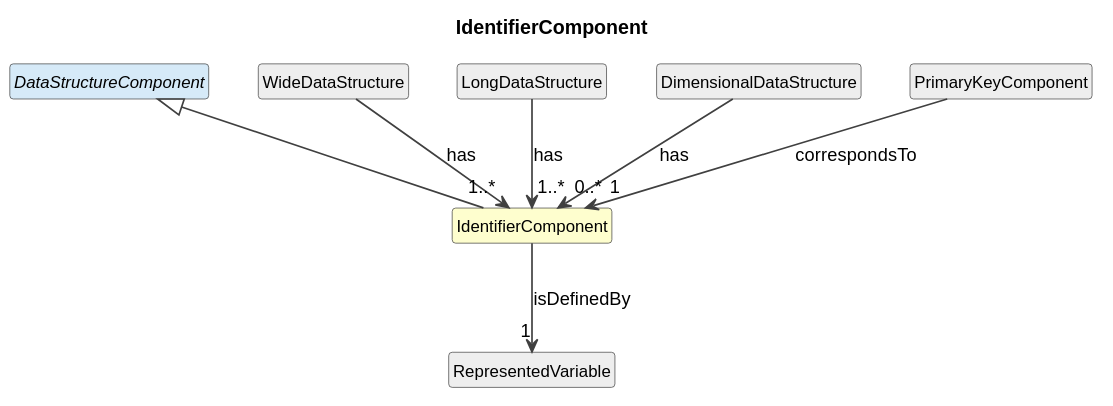
The PlantUML diagram cdif-uml-model/_plantuml/cdifDataStructure/Classes/IdentifierComponent.svg in Cross-Domain-Interoperability-Framework/metadataBuildingBlocks, before a commit. The source it was exported from:
```plantuml
@startuml
title IdentifierComponent
hide circle
hide empty members
skinparam shadowing false
skinparam ArrowThickness 1.2
skinparam class {
  ArrowColor #404040
  BorderColor #404040
  FontSize 12
}

class "IdentifierComponent" as IdentifierComponent #FEFECE
abstract class "DataStructureComponent" as DataStructureComponent #D6EAF8
DataStructureComponent <|-- IdentifierComponent
class "WideDataStructure" as WideDataStructure #EEEEEE
WideDataStructure --> "1..*" IdentifierComponent : has
class "LongDataStructure" as LongDataStructure #EEEEEE
LongDataStructure --> "1..*" IdentifierComponent : has
class "DimensionalDataStructure" as DimensionalDataStructure #EEEEEE
DimensionalDataStructure --> "0..*" IdentifierComponent : has
class "RepresentedVariable" as RepresentedVariable #EEEEEE
IdentifierComponent --> "1" RepresentedVariable : isDefinedBy
class "PrimaryKeyComponent" as PrimaryKeyComponent #EEEEEE
PrimaryKeyComponent --> "1" IdentifierComponent : correspondsTo
@enduml
```
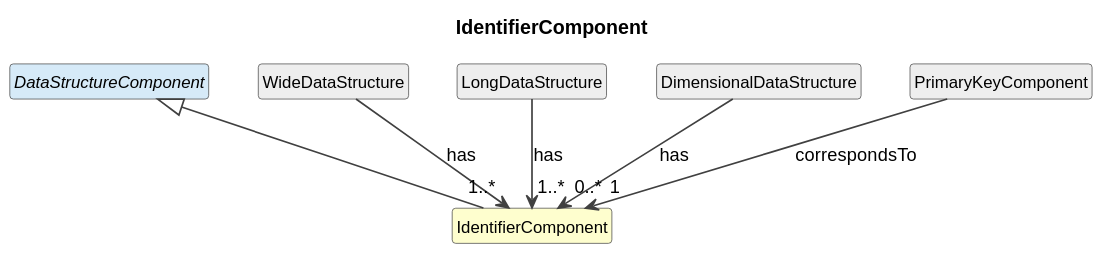
After the change.

Diff of the diagram source:
```diff
@@ -19,8 +19,6 @@
 LongDataStructure --> "1..*" IdentifierComponent : has
 class "DimensionalDataStructure" as DimensionalDataStructure #EEEEEE
 DimensionalDataStructure --> "0..*" IdentifierComponent : has
-class "RepresentedVariable" as RepresentedVariable #EEEEEE
-IdentifierComponent --> "1" RepresentedVariable : isDefinedBy
 class "PrimaryKeyComponent" as PrimaryKeyComponent #EEEEEE
 PrimaryKeyComponent --> "1" IdentifierComponent : correspondsTo
 @enduml
```
